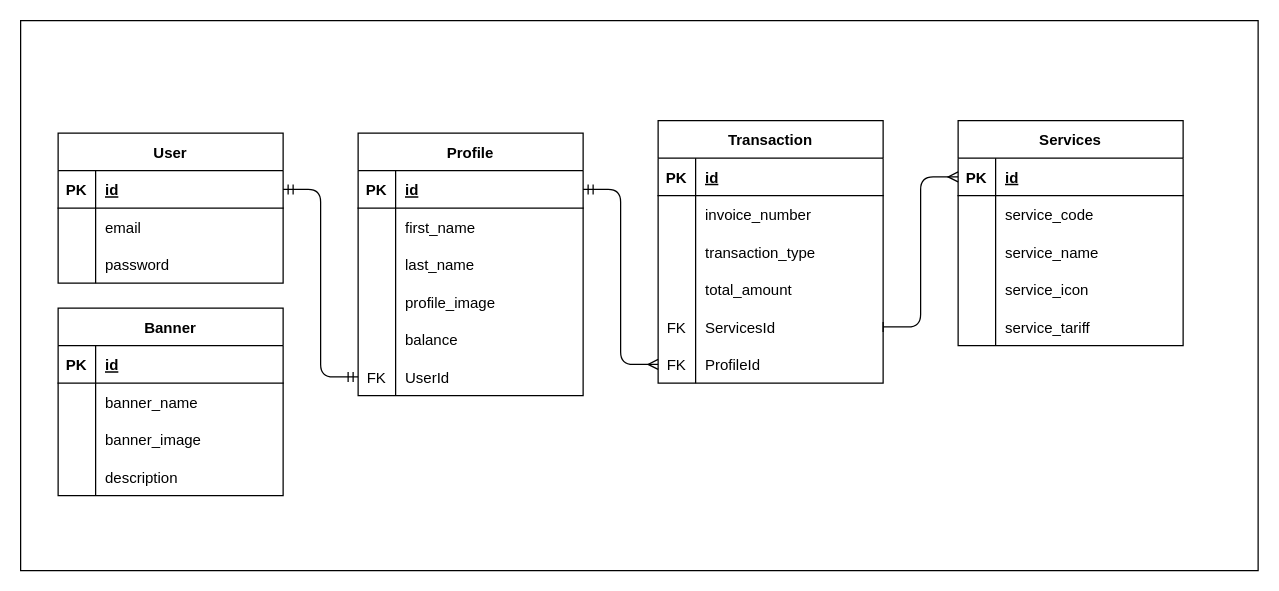
Before: ERD.drawio in alexanderbry/NutechIntegrasiTHT, a draw.io diagram. Source tidied: cells renumbered, new cells numbered last; positions are measured from the earlier drawing's top-left corner, leaving out a move shared by most shapes. Both pictures are drawn from the tidied source at 125%, with x=0, y=0 at pixel (20, 20).
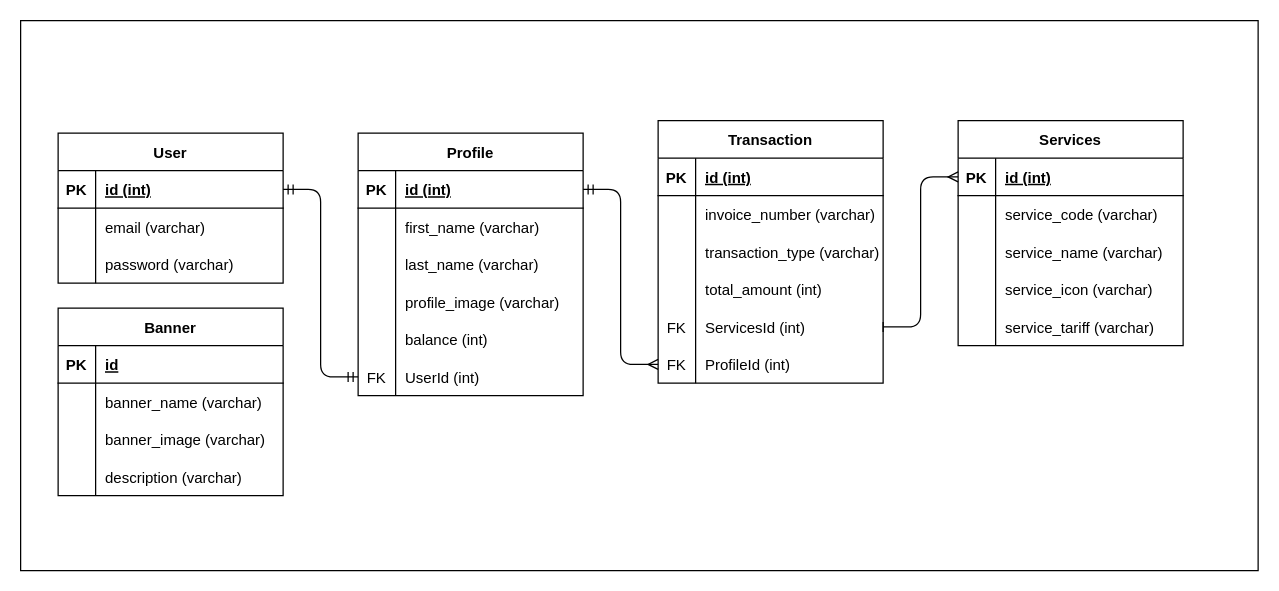
The same diagram, later.

The change refers to these unchanged cells:
```xml
<mxCell id="4" style="shape=tableRow;horizontal=0;startSize=0;swimlaneHead=0;swimlaneBody=0;fillColor=none;points=[[0,0.5],[1,0.5]];portConstraint=eastwest;top=0;left=0;right=0;bottom=1;" parent="3" vertex="1">
  <mxGeometry y="30" width="180" height="30" as="geometry" />
</mxCell>
<mxCell id="7" style="shape=tableRow;horizontal=0;startSize=0;swimlaneHead=0;swimlaneBody=0;fillColor=none;top=0;left=0;right=0;bottom=0;" parent="3" vertex="1">
  <mxGeometry y="60" width="180" height="30" as="geometry" />
</mxCell>
<mxCell id="10" style="shape=tableRow;horizontal=0;startSize=0;swimlaneHead=0;swimlaneBody=0;fillColor=none;top=0;left=0;right=0;bottom=0;" parent="3" vertex="1">
  <mxGeometry y="90" width="180" height="30" as="geometry" />
</mxCell>
<mxCell id="17" style="shape=tableRow;horizontal=0;startSize=0;swimlaneHead=0;swimlaneBody=0;fillColor=none;top=0;left=0;right=0;bottom=0;" parent="13" vertex="1">
  <mxGeometry y="60" width="180" height="30" as="geometry" />
</mxCell>
<mxCell id="20" style="shape=tableRow;horizontal=0;startSize=0;swimlaneHead=0;swimlaneBody=0;fillColor=none;top=0;left=0;right=0;bottom=0;" parent="13" vertex="1">
  <mxGeometry y="90" width="180" height="30" as="geometry" />
</mxCell>
<mxCell id="23" style="shape=tableRow;horizontal=0;startSize=0;swimlaneHead=0;swimlaneBody=0;fillColor=none;top=0;left=0;right=0;bottom=0;" parent="13" vertex="1">
  <mxGeometry y="120" width="180" height="30" as="geometry" />
</mxCell>
<mxCell id="27" style="shape=tableRow;horizontal=0;startSize=0;swimlaneHead=0;swimlaneBody=0;fillColor=none;points=[[0,0.5],[1,0.5]];portConstraint=eastwest;top=0;left=0;right=0;bottom=1;" parent="26" vertex="1">
  <mxGeometry y="30" width="180" height="30" as="geometry" />
</mxCell>
<mxCell id="30" style="shape=tableRow;horizontal=0;startSize=0;swimlaneHead=0;swimlaneBody=0;fillColor=none;top=0;left=0;right=0;bottom=0;" parent="26" vertex="1">
  <mxGeometry y="60" width="180" height="30" as="geometry" />
</mxCell>
<mxCell id="33" style="shape=tableRow;horizontal=0;startSize=0;swimlaneHead=0;swimlaneBody=0;fillColor=none;top=0;left=0;right=0;bottom=0;" parent="26" vertex="1">
  <mxGeometry y="90" width="180" height="30" as="geometry" />
</mxCell>
<mxCell id="36" style="shape=tableRow;horizontal=0;startSize=0;swimlaneHead=0;swimlaneBody=0;fillColor=none;top=0;left=0;right=0;bottom=0;" parent="26" vertex="1">
  <mxGeometry y="120" width="180" height="30" as="geometry" />
</mxCell>
<mxCell id="39" style="shape=tableRow;horizontal=0;startSize=0;swimlaneHead=0;swimlaneBody=0;fillColor=none;top=0;left=0;right=0;bottom=0;" parent="26" vertex="1">
  <mxGeometry y="150" width="180" height="30" as="geometry" />
</mxCell>
<mxCell id="43" style="shape=tableRow;horizontal=0;startSize=0;swimlaneHead=0;swimlaneBody=0;fillColor=none;top=0;left=0;right=0;bottom=1;" parent="42" vertex="1">
  <mxGeometry y="30" width="180" height="30" as="geometry" />
</mxCell>
<mxCell id="46" style="shape=tableRow;horizontal=0;startSize=0;swimlaneHead=0;swimlaneBody=0;fillColor=none;top=0;left=0;right=0;bottom=0;" parent="42" vertex="1">
  <mxGeometry y="60" width="180" height="30" as="geometry" />
</mxCell>
<mxCell id="49" style="shape=tableRow;horizontal=0;startSize=0;swimlaneHead=0;swimlaneBody=0;fillColor=none;top=0;left=0;right=0;bottom=0;" parent="42" vertex="1">
  <mxGeometry y="90" width="180" height="30" as="geometry" />
</mxCell>
<mxCell id="52" style="shape=tableRow;horizontal=0;startSize=0;swimlaneHead=0;swimlaneBody=0;fillColor=none;top=0;left=0;right=0;bottom=0;" parent="42" vertex="1">
  <mxGeometry y="120" width="180" height="30" as="geometry" />
</mxCell>
<mxCell id="55" style="shape=tableRow;horizontal=0;startSize=0;swimlaneHead=0;swimlaneBody=0;fillColor=none;points=[[0,0.5],[1,0.5]];portConstraint=eastwest;top=0;left=0;right=0;bottom=0;" parent="42" vertex="1">
  <mxGeometry y="150" width="180" height="30" as="geometry" />
</mxCell>
<mxCell id="58" style="shape=tableRow;horizontal=0;startSize=0;swimlaneHead=0;swimlaneBody=0;fillColor=none;points=[[0,0.5],[1,0.5]];portConstraint=eastwest;top=0;left=0;right=0;bottom=0;" parent="42" vertex="1">
  <mxGeometry y="180" width="180" height="30" as="geometry" />
</mxCell>
<mxCell id="62" style="shape=tableRow;horizontal=0;startSize=0;swimlaneHead=0;swimlaneBody=0;fillColor=none;points=[[0,0.5],[1,0.5]];portConstraint=eastwest;top=0;left=0;right=0;bottom=1;" parent="61" vertex="1">
  <mxGeometry y="30" width="180" height="30" as="geometry" />
</mxCell>
<mxCell id="65" style="shape=tableRow;horizontal=0;startSize=0;swimlaneHead=0;swimlaneBody=0;fillColor=none;top=0;left=0;right=0;bottom=0;" parent="61" vertex="1">
  <mxGeometry y="60" width="180" height="30" as="geometry" />
</mxCell>
<mxCell id="68" style="shape=tableRow;horizontal=0;startSize=0;swimlaneHead=0;swimlaneBody=0;fillColor=none;top=0;left=0;right=0;bottom=0;" parent="61" vertex="1">
  <mxGeometry y="90" width="180" height="30" as="geometry" />
</mxCell>
<mxCell id="71" style="shape=tableRow;horizontal=0;startSize=0;swimlaneHead=0;swimlaneBody=0;fillColor=none;top=0;left=0;right=0;bottom=0;" parent="61" vertex="1">
  <mxGeometry y="120" width="180" height="30" as="geometry" />
</mxCell>
<mxCell id="74" style="shape=tableRow;horizontal=0;startSize=0;swimlaneHead=0;swimlaneBody=0;fillColor=none;top=0;left=0;right=0;bottom=0;" parent="61" vertex="1">
  <mxGeometry y="150" width="180" height="30" as="geometry" />
</mxCell>
<mxCell id="77" style="shape=tableRow;horizontal=0;startSize=0;swimlaneHead=0;swimlaneBody=0;fillColor=none;points=[[0,0.5],[1,0.5]];portConstraint=eastwest;top=0;left=0;right=0;bottom=0;" parent="61" vertex="1">
  <mxGeometry y="180" width="180" height="30" as="geometry" />
</mxCell>
```

Diff of the diagram source:
```diff
@@
-    <mxCell id="6" value="id" style="shape=partialRectangle;fillColor=none;top=0;left=0;bottom=0;right=0;align=left;spacingLeft=6;fontStyle=5;overflow=hidden;" parent="4" vertex="1">
+    <mxCell id="6" value="id (int)" style="shape=partialRectangle;fillColor=none;top=0;left=0;bottom=0;right=0;align=left;spacingLeft=6;fontStyle=5;overflow=hidden;" parent="4" vertex="1">
       <mxGeometry x="30" width="150" height="30" as="geometry" />
     </mxCell>
@@
-    <mxCell id="9" value="email" style="shape=partialRectangle;fillColor=none;top=0;left=0;bottom=0;right=0;align=left;spacingLeft=6;overflow=hidden;" parent="7" vertex="1">
+    <mxCell id="9" value="email (varchar)" style="shape=partialRectangle;fillColor=none;top=0;left=0;bottom=0;right=0;align=left;spacingLeft=6;overflow=hidden;" parent="7" vertex="1">
       <mxGeometry x="30" width="150" height="30" as="geometry" />
     </mxCell>
@@
-    <mxCell id="12" value="password" style="shape=partialRectangle;fillColor=none;top=0;left=0;bottom=0;right=0;align=left;spacingLeft=6;overflow=hidden;" parent="10" vertex="1">
+    <mxCell id="12" value="password (varchar)" style="shape=partialRectangle;fillColor=none;top=0;left=0;bottom=0;right=0;align=left;spacingLeft=6;overflow=hidden;" parent="10" vertex="1">
       <mxGeometry x="30" width="150" height="30" as="geometry" />
     </mxCell>
@@
-    <mxCell id="19" value="banner_name" style="shape=partialRectangle;fillColor=none;top=0;left=0;bottom=0;right=0;align=left;spacingLeft=6;overflow=hidden;" parent="17" vertex="1">
+    <mxCell id="19" value="banner_name (varchar)" style="shape=partialRectangle;fillColor=none;top=0;left=0;bottom=0;right=0;align=left;spacingLeft=6;overflow=hidden;" parent="17" vertex="1">
       <mxGeometry x="30" width="150" height="30" as="geometry" />
     </mxCell>
@@
-    <mxCell id="22" value="banner_image" style="shape=partialRectangle;fillColor=none;top=0;left=0;bottom=0;right=0;align=left;spacingLeft=6;overflow=hidden;" parent="20" vertex="1">
+    <mxCell id="22" value="banner_image (varchar)" style="shape=partialRectangle;fillColor=none;top=0;left=0;bottom=0;right=0;align=left;spacingLeft=6;overflow=hidden;" parent="20" vertex="1">
       <mxGeometry x="30" width="150" height="30" as="geometry" />
     </mxCell>
@@
-    <mxCell id="25" value="description" style="shape=partialRectangle;fillColor=none;top=0;left=0;bottom=0;right=0;align=left;spacingLeft=6;overflow=hidden;" parent="23" vertex="1">
+    <mxCell id="25" value="description (varchar)" style="shape=partialRectangle;fillColor=none;top=0;left=0;bottom=0;right=0;align=left;spacingLeft=6;overflow=hidden;" parent="23" vertex="1">
       <mxGeometry x="30" width="150" height="30" as="geometry" />
     </mxCell>
@@
-    <mxCell id="29" value="id" style="shape=partialRectangle;fillColor=none;top=0;left=0;bottom=0;right=0;align=left;spacingLeft=6;fontStyle=5;overflow=hidden;" parent="27" vertex="1">
+    <mxCell id="29" value="id (int)" style="shape=partialRectangle;fillColor=none;top=0;left=0;bottom=0;right=0;align=left;spacingLeft=6;fontStyle=5;overflow=hidden;" parent="27" vertex="1">
       <mxGeometry x="30" width="150" height="30" as="geometry" />
     </mxCell>
@@
-    <mxCell id="32" value="service_code" style="shape=partialRectangle;fillColor=none;top=0;left=0;bottom=0;right=0;align=left;spacingLeft=6;overflow=hidden;" parent="30" vertex="1">
+    <mxCell id="32" value="service_code (varchar)" style="shape=partialRectangle;fillColor=none;top=0;left=0;bottom=0;right=0;align=left;spacingLeft=6;overflow=hidden;" parent="30" vertex="1">
       <mxGeometry x="30" width="150" height="30" as="geometry" />
     </mxCell>
@@
-    <mxCell id="35" value="service_name" style="shape=partialRectangle;fillColor=none;top=0;left=0;bottom=0;right=0;align=left;spacingLeft=6;overflow=hidden;" parent="33" vertex="1">
+    <mxCell id="35" value="service_name (varchar)" style="shape=partialRectangle;fillColor=none;top=0;left=0;bottom=0;right=0;align=left;spacingLeft=6;overflow=hidden;" parent="33" vertex="1">
       <mxGeometry x="30" width="150" height="30" as="geometry" />
     </mxCell>
@@
-    <mxCell id="38" value="service_icon" style="shape=partialRectangle;fillColor=none;top=0;left=0;bottom=0;right=0;align=left;spacingLeft=6;overflow=hidden;" parent="36" vertex="1">
+    <mxCell id="38" value="service_icon (varchar)" style="shape=partialRectangle;fillColor=none;top=0;left=0;bottom=0;right=0;align=left;spacingLeft=6;overflow=hidden;" parent="36" vertex="1">
       <mxGeometry x="30" width="150" height="30" as="geometry" />
     </mxCell>
@@
-    <mxCell id="41" value="service_tariff" style="shape=partialRectangle;fillColor=none;top=0;left=0;bottom=0;right=0;align=left;spacingLeft=6;overflow=hidden;" parent="39" vertex="1">
+    <mxCell id="41" value="service_tariff (varchar)" style="shape=partialRectangle;fillColor=none;top=0;left=0;bottom=0;right=0;align=left;spacingLeft=6;overflow=hidden;" parent="39" vertex="1">
       <mxGeometry x="30" width="150" height="30" as="geometry" />
     </mxCell>
@@
-    <mxCell id="45" value="id" style="shape=partialRectangle;fillColor=none;top=0;left=0;bottom=0;right=0;align=left;spacingLeft=6;fontStyle=5;overflow=hidden;" parent="43" vertex="1">
+    <mxCell id="45" value="id (int)" style="shape=partialRectangle;fillColor=none;top=0;left=0;bottom=0;right=0;align=left;spacingLeft=6;fontStyle=5;overflow=hidden;" parent="43" vertex="1">
       <mxGeometry x="30" width="150" height="30" as="geometry" />
     </mxCell>
@@
-    <mxCell id="48" value="invoice_number" style="shape=partialRectangle;fillColor=none;top=0;left=0;bottom=0;right=0;align=left;spacingLeft=6;overflow=hidden;" parent="46" vertex="1">
+    <mxCell id="48" value="invoice_number (varchar)" style="shape=partialRectangle;fillColor=none;top=0;left=0;bottom=0;right=0;align=left;spacingLeft=6;overflow=hidden;" parent="46" vertex="1">
       <mxGeometry x="30" width="150" height="30" as="geometry" />
     </mxCell>
@@
-    <mxCell id="51" value="transaction_type" style="shape=partialRectangle;fillColor=none;top=0;left=0;bottom=0;right=0;align=left;spacingLeft=6;overflow=hidden;" parent="49" vertex="1">
+    <mxCell id="51" value="transaction_type (varchar)" style="shape=partialRectangle;fillColor=none;top=0;left=0;bottom=0;right=0;align=left;spacingLeft=6;overflow=hidden;" parent="49" vertex="1">
       <mxGeometry x="30" width="150" height="30" as="geometry" />
     </mxCell>
@@
-    <mxCell id="54" value="total_amount" style="shape=partialRectangle;fillColor=none;top=0;left=0;bottom=0;right=0;align=left;spacingLeft=6;overflow=hidden;" parent="52" vertex="1">
+    <mxCell id="54" value="total_amount (int)" style="shape=partialRectangle;fillColor=none;top=0;left=0;bottom=0;right=0;align=left;spacingLeft=6;overflow=hidden;" parent="52" vertex="1">
       <mxGeometry x="30" width="150" height="30" as="geometry" />
     </mxCell>
@@
-    <mxCell id="57" value="ServicesId" style="shape=partialRectangle;fillColor=none;top=0;left=0;bottom=0;right=0;align=left;spacingLeft=6;overflow=hidden;" parent="55" vertex="1">
+    <mxCell id="57" value="ServicesId (int)" style="shape=partialRectangle;fillColor=none;top=0;left=0;bottom=0;right=0;align=left;spacingLeft=6;overflow=hidden;" parent="55" vertex="1">
       <mxGeometry x="30" width="150" height="30" as="geometry" />
     </mxCell>
@@
-    <mxCell id="60" value="ProfileId" style="shape=partialRectangle;fillColor=none;top=0;left=0;bottom=0;right=0;align=left;spacingLeft=6;overflow=hidden;" parent="58" vertex="1">
+    <mxCell id="60" value="ProfileId (int)" style="shape=partialRectangle;fillColor=none;top=0;left=0;bottom=0;right=0;align=left;spacingLeft=6;overflow=hidden;" parent="58" vertex="1">
       <mxGeometry x="30" width="150" height="30" as="geometry" />
     </mxCell>
@@
-    <mxCell id="64" value="id" style="shape=partialRectangle;fillColor=none;top=0;left=0;bottom=0;right=0;align=left;spacingLeft=6;fontStyle=5;overflow=hidden;" parent="62" vertex="1">
+    <mxCell id="64" value="id (int)" style="shape=partialRectangle;fillColor=none;top=0;left=0;bottom=0;right=0;align=left;spacingLeft=6;fontStyle=5;overflow=hidden;" parent="62" vertex="1">
       <mxGeometry x="30" width="150" height="30" as="geometry" />
     </mxCell>
@@
-    <mxCell id="67" value="first_name" style="shape=partialRectangle;fillColor=none;top=0;left=0;bottom=0;right=0;align=left;spacingLeft=6;overflow=hidden;" parent="65" vertex="1">
+    <mxCell id="67" value="first_name (varchar)" style="shape=partialRectangle;fillColor=none;top=0;left=0;bottom=0;right=0;align=left;spacingLeft=6;overflow=hidden;" parent="65" vertex="1">
       <mxGeometry x="30" width="150" height="30" as="geometry" />
     </mxCell>
@@
-    <mxCell id="70" value="last_name" style="shape=partialRectangle;fillColor=none;top=0;left=0;bottom=0;right=0;align=left;spacingLeft=6;overflow=hidden;" parent="68" vertex="1">
+    <mxCell id="70" value="last_name (varchar)" style="shape=partialRectangle;fillColor=none;top=0;left=0;bottom=0;right=0;align=left;spacingLeft=6;overflow=hidden;" parent="68" vertex="1">
       <mxGeometry x="30" width="150" height="30" as="geometry" />
     </mxCell>
@@
-    <mxCell id="73" value="profile_image" style="shape=partialRectangle;fillColor=none;top=0;left=0;bottom=0;right=0;align=left;spacingLeft=6;overflow=hidden;" parent="71" vertex="1">
+    <mxCell id="73" value="profile_image (varchar)" style="shape=partialRectangle;fillColor=none;top=0;left=0;bottom=0;right=0;align=left;spacingLeft=6;overflow=hidden;" parent="71" vertex="1">
       <mxGeometry x="30" width="150" height="30" as="geometry" />
     </mxCell>
@@
-    <mxCell id="76" value="balance" style="shape=partialRectangle;fillColor=none;top=0;left=0;bottom=0;right=0;align=left;spacingLeft=6;overflow=hidden;" parent="74" vertex="1">
+    <mxCell id="76" value="balance (int)" style="shape=partialRectangle;fillColor=none;top=0;left=0;bottom=0;right=0;align=left;spacingLeft=6;overflow=hidden;" parent="74" vertex="1">
       <mxGeometry x="30" width="150" height="30" as="geometry" />
     </mxCell>
@@
-    <mxCell id="79" value="UserId" style="shape=partialRectangle;fillColor=none;top=0;left=0;bottom=0;right=0;align=left;spacingLeft=6;overflow=hidden;" parent="77" vertex="1">
+    <mxCell id="79" value="UserId (int)" style="shape=partialRectangle;fillColor=none;top=0;left=0;bottom=0;right=0;align=left;spacingLeft=6;overflow=hidden;" parent="77" vertex="1">
       <mxGeometry x="30" width="150" height="30" as="geometry" />
     </mxCell>
```
